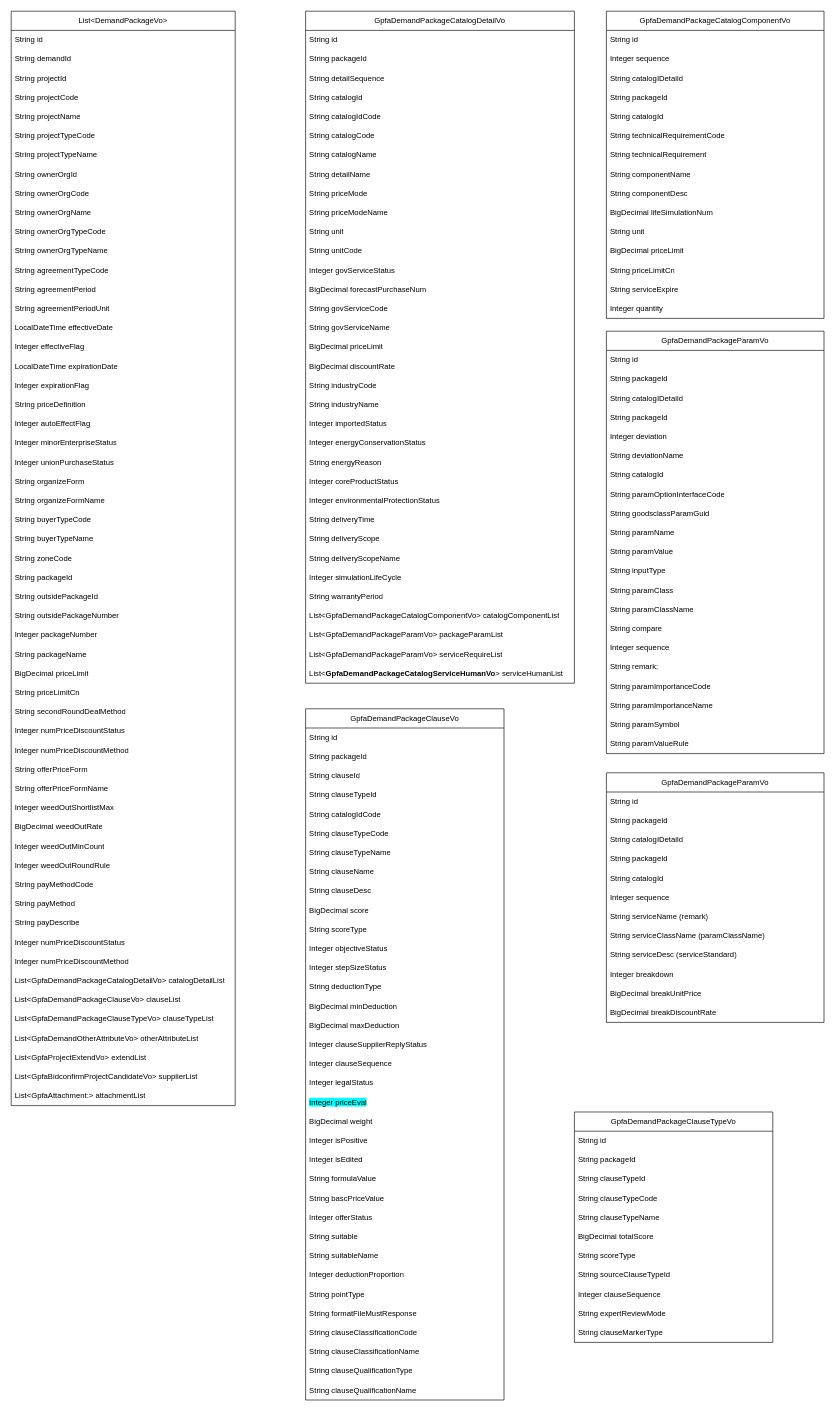
dernight1/draw.io keeps this draw.io diagram as data_detail.drawio. Above is the earlier version. Source tidied: cells renumbered, new cells numbered last; positions are measured from the earlier drawing's top-left corner, leaving out a move shared by most shapes. Both pictures are drawn from the tidied source at 64%, with x=0, y=0 at pixel (11, 11).
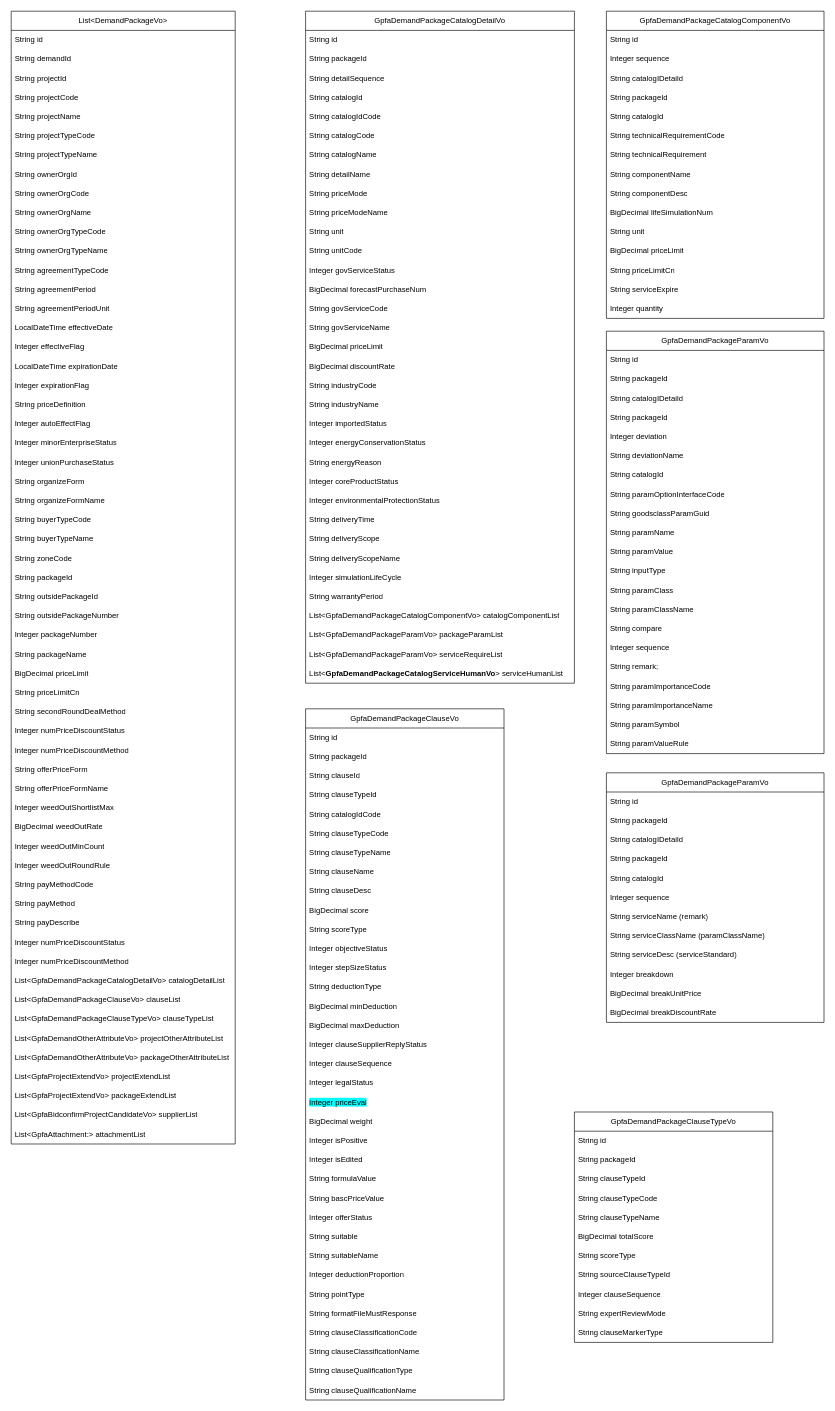
Above is the later version.

Change to the diagram source:
```diff
@@
     <mxCell id="2" value="List&amp;lt;DemandPackageVo&amp;gt;" style="swimlane;fontStyle=0;horizontal=1;startSize=30;whiteSpace=wrap;html=1;" parent="1" vertex="1">
-      <mxGeometry width="350" height="1710" as="geometry" />
+      <mxGeometry width="350" height="1770" as="geometry" />
     </mxCell>
@@
-    <mxCell id="55" value="List&amp;lt;GpfaDemandOtherAttributeVo&amp;gt; otherAttributeList" style="text;strokeColor=none;fillColor=none;align=left;verticalAlign=middle;spacingLeft=4;spacingRight=4;overflow=hidden;whiteSpace=wrap;html=1;" parent="2" vertex="1">
+    <mxCell id="55" value="List&amp;lt;GpfaDemandOtherAttributeVo&amp;gt; projectOtherAttributeList" style="text;strokeColor=none;fillColor=none;align=left;verticalAlign=middle;spacingLeft=4;spacingRight=4;overflow=hidden;whiteSpace=wrap;html=1;" parent="2" vertex="1">
       <mxGeometry y="1590" width="350" height="30" as="geometry" />
     </mxCell>
+    <mxCell id="193" value="List&amp;lt;GpfaDemandOtherAttributeVo&amp;gt; packageOtherAttributeList" style="text;strokeColor=none;fillColor=none;align=left;verticalAlign=middle;spacingLeft=4;spacingRight=4;overflow=hidden;whiteSpace=wrap;html=1;" parent="2" vertex="1">
+      <mxGeometry y="1620" width="350" height="30" as="geometry" />
+    </mxCell>
-    <mxCell id="56" value="List&amp;lt;GpfaProjectExtendVo&amp;gt; extendList" style="text;strokeColor=none;fillColor=none;align=left;verticalAlign=middle;spacingLeft=4;spacingRight=4;overflow=hidden;whiteSpace=wrap;html=1;" parent="2" vertex="1">
-      <mxGeometry y="1620" width="350" height="30" as="geometry" />
+    <mxCell id="56" value="List&amp;lt;GpfaProjectExtendVo&amp;gt; projectExtendList" style="text;strokeColor=none;fillColor=none;align=left;verticalAlign=middle;spacingLeft=4;spacingRight=4;overflow=hidden;whiteSpace=wrap;html=1;" parent="2" vertex="1">
+      <mxGeometry y="1650" width="350" height="30" as="geometry" />
     </mxCell>
+    <mxCell id="194" value="List&amp;lt;GpfaProjectExtendVo&amp;gt; packageExtendList" style="text;strokeColor=none;fillColor=none;align=left;verticalAlign=middle;spacingLeft=4;spacingRight=4;overflow=hidden;whiteSpace=wrap;html=1;" parent="2" vertex="1">
+      <mxGeometry y="1680" width="350" height="30" as="geometry" />
+    </mxCell>
     <mxCell id="57" value="List&amp;lt;GpfaBidconfirmProjectCandidateVo&amp;gt; supplierList" style="text;strokeColor=none;fillColor=none;align=left;verticalAlign=middle;spacingLeft=4;spacingRight=4;overflow=hidden;whiteSpace=wrap;html=1;" parent="2" vertex="1">
-      <mxGeometry y="1650" width="350" height="30" as="geometry" />
+      <mxGeometry y="1710" width="350" height="30" as="geometry" />
     </mxCell>
     <mxCell id="58" value="List&amp;lt;GpfaAttachment:&amp;gt; attachmentList" style="text;strokeColor=none;fillColor=none;align=left;verticalAlign=middle;spacingLeft=4;spacingRight=4;overflow=hidden;whiteSpace=wrap;html=1;" parent="2" vertex="1">
-      <mxGeometry y="1680" width="350" height="30" as="geometry" />
+      <mxGeometry y="1740" width="350" height="30" as="geometry" />
     </mxCell>
```
